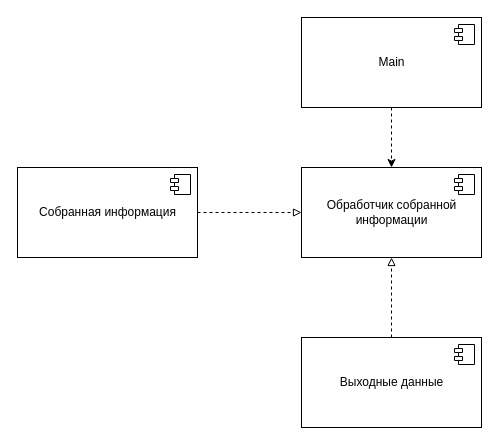
The draw.io diagram page "Компоненты ОСИ" (5 of 6) of Specification.drawio in WinstonMDP/Profiler, before the edit. Source tidied: cells renumbered, new cells numbered last; positions are measured from the earlier drawing's top-left corner, leaving out a move shared by most shapes. Both pictures are drawn from the tidied source at 100%, with x=0, y=0 at pixel (17, 17).
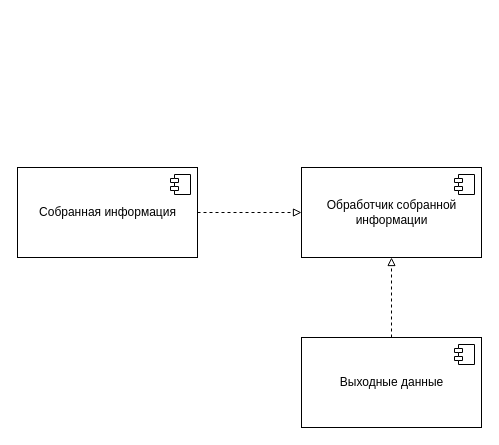
Above is the later version.

Change to the diagram source:
```diff
@@
 <mxGraphModel>
   <root>
     <mxCell id="0" />
     <mxCell id="1" parent="0" />
     <mxCell id="2" value="Обработчик собранной&lt;br&gt;информации" style="html=1;gradientColor=none;" parent="1" vertex="1">
       <mxGeometry x="284" y="150" width="180" height="90" as="geometry" />
     </mxCell>
     <mxCell id="3" style="shape=module;jettyWidth=8;jettyHeight=4;" parent="2" vertex="1">
       <mxGeometry x="1" width="20" height="20" relative="1" as="geometry">
         <mxPoint x="-27" y="7" as="offset" />
       </mxGeometry>
     </mxCell>
     <mxCell id="4" style="edgeStyle=orthogonalEdgeStyle;rounded=0;jettySize=auto;html=1;entryX=0;entryY=0.5;entryDx=0;entryDy=0;dashed=1;endArrow=block;endFill=0;" parent="1" edge="1" source="5" target="2">
       <mxGeometry relative="1" as="geometry" />
     </mxCell>
     <mxCell id="5" value="Собранная информация" style="html=1;gradientColor=none;" parent="1" vertex="1">
       <mxGeometry y="150" width="180" height="90" as="geometry" />
     </mxCell>
     <mxCell id="6" style="shape=module;jettyWidth=8;jettyHeight=4;" parent="5" vertex="1">
       <mxGeometry x="1" width="20" height="20" relative="1" as="geometry">
         <mxPoint x="-27" y="7" as="offset" />
       </mxGeometry>
     </mxCell>
     <mxCell id="7" style="edgeStyle=orthogonalEdgeStyle;rounded=0;jettySize=auto;html=1;entryX=0.5;entryY=1;entryDx=0;entryDy=0;dashed=1;endArrow=block;endFill=0;" parent="1" edge="1" source="8" target="2">
       <mxGeometry relative="1" as="geometry" />
     </mxCell>
     <mxCell id="8" value="Выходные данные" style="html=1;gradientColor=none;" parent="1" vertex="1">
       <mxGeometry x="284" y="320" width="180" height="90" as="geometry" />
     </mxCell>
     <mxCell id="9" style="shape=module;jettyWidth=8;jettyHeight=4;" parent="8" vertex="1">
       <mxGeometry x="1" width="20" height="20" relative="1" as="geometry">
         <mxPoint x="-27" y="7" as="offset" />
       </mxGeometry>
     </mxCell>
-    <mxCell id="10" style="edgeStyle=orthogonalEdgeStyle;rounded=0;jettySize=auto;html=1;entryX=0.5;entryY=0;entryDx=0;entryDy=0;dashed=1;endArrow=classic;endFill=1;" parent="1" edge="1" source="11" target="2">
-      <mxGeometry relative="1" as="geometry" />
-    </mxCell>
-    <mxCell id="11" value="Main" style="html=1;gradientColor=none;" parent="1" vertex="1">
-      <mxGeometry x="284" width="180" height="90" as="geometry" />
-    </mxCell>
-    <mxCell id="12" style="shape=module;jettyWidth=8;jettyHeight=4;" parent="11" vertex="1">
-      <mxGeometry x="1" width="20" height="20" relative="1" as="geometry">
-        <mxPoint x="-27" y="7" as="offset" />
-      </mxGeometry>
-    </mxCell>
   </root>
 </mxGraphModel>
```
